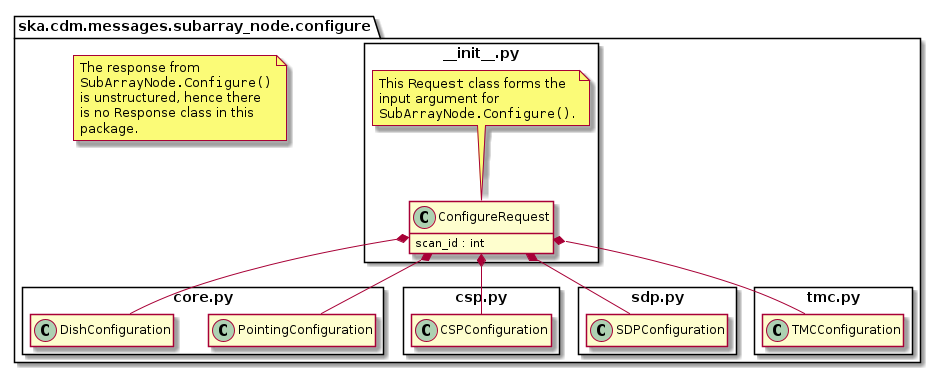
ska-telescope/cdm-shared-library keeps this PlantUML diagram as docs/src/developer/subarraynode/init.png. Above is the earlier version.
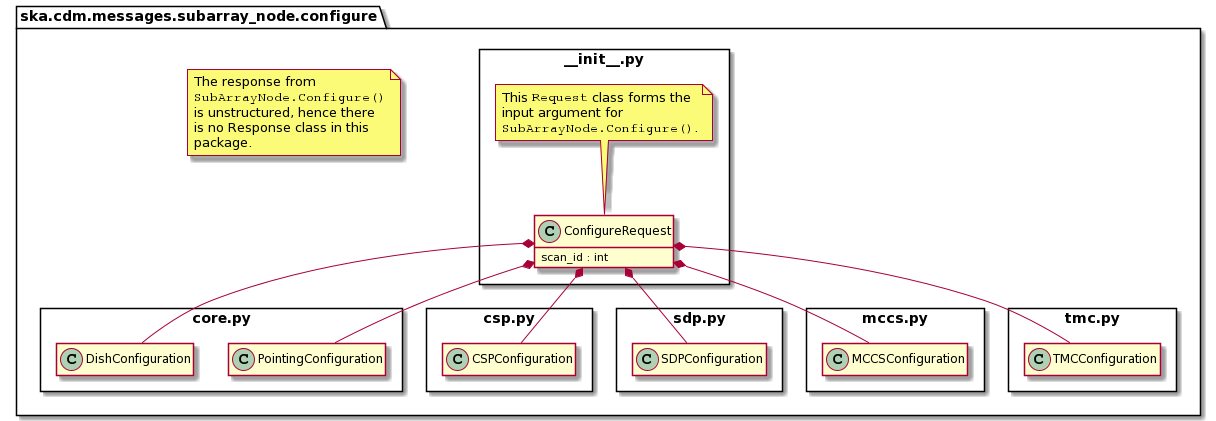
Above is the later version.

What changed in the source:
```diff
@@ -15,6 +15,14 @@
 		class SDPConfiguration
 	}
 
+    package sdp.py <<Rectangle>> {
+        class SDPConfiguration
+    }
+
+    package mccs.py <<Rectangle>> {
+        class MCCSConfiguration
+    }
+
 	package tmc.py <<Rectangle>> {
 		class TMCConfiguration
 	}
@@ -27,6 +35,7 @@
 		ConfigureRequest *-- DishConfiguration
 		ConfigureRequest *-- CSPConfiguration
 		ConfigureRequest *-- SDPConfiguration
+		ConfigureRequest *-- MCCSConfiguration
         ConfigureRequest *-- TMCConfiguration
 
 		note top of ConfigureRequest
@@ -44,5 +53,4 @@
 		package.
 	end note
 }
-
 @enduml
```
